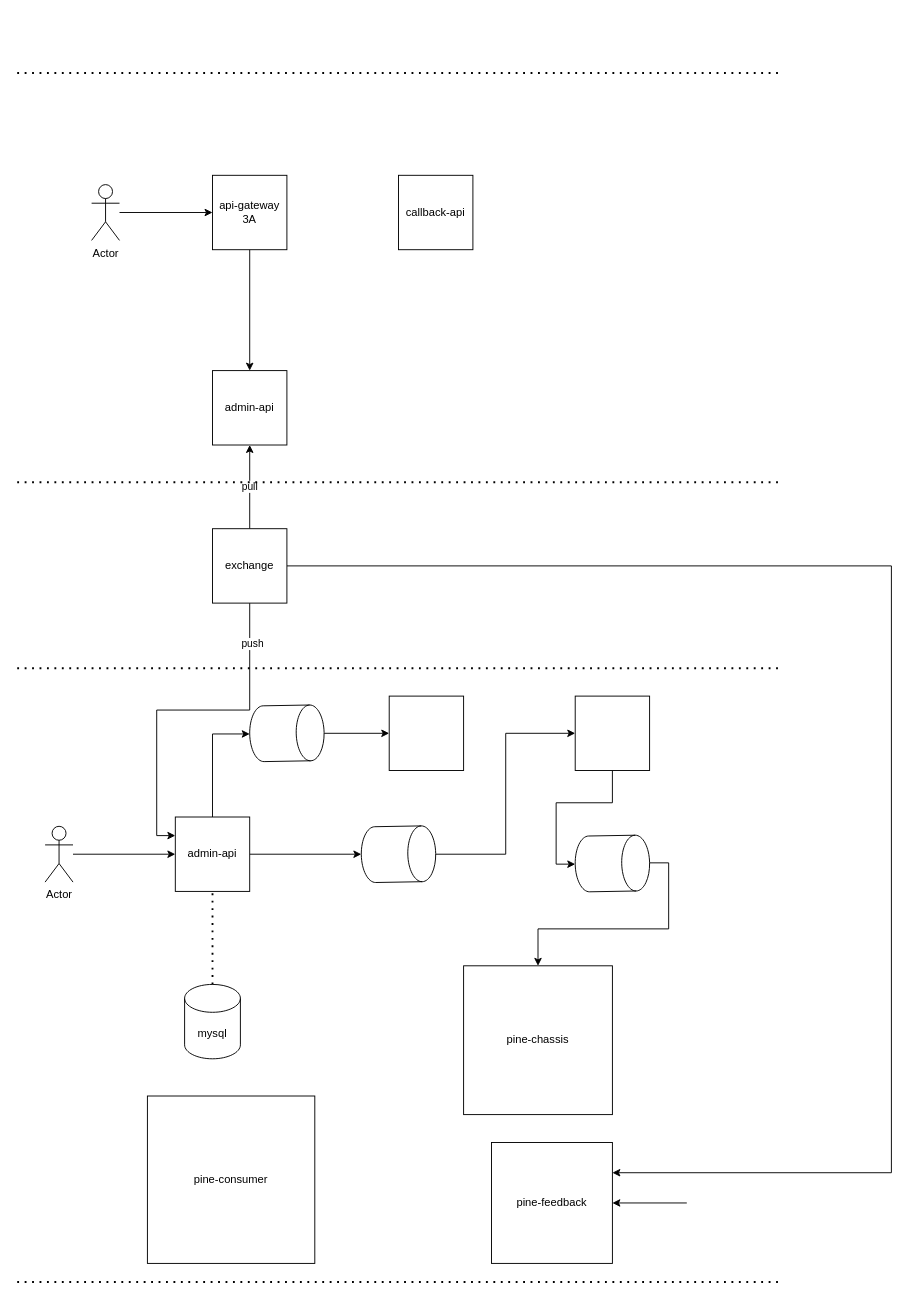
Earlier version of the draw.io diagram 业务数据流图.drawio (hack0303/draw.io-store). Source tidied: cells renumbered, new cells numbered last; positions are measured from the earlier drawing's top-left corner, leaving out a move shared by most shapes. Both pictures are drawn from the tidied source at 93%, with x=0, y=0 at pixel (17, 73).
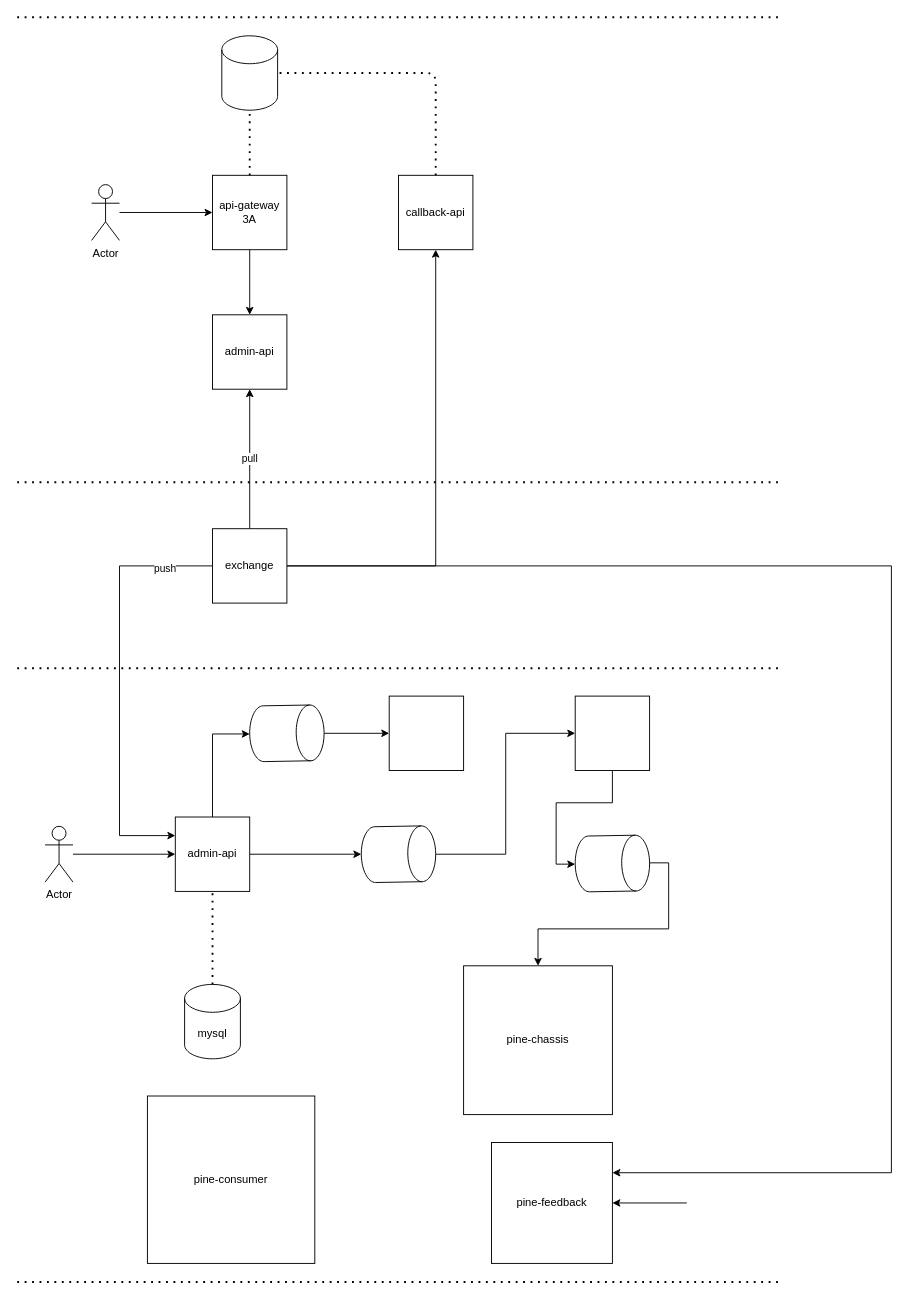
The same page after the edit.

Commit message (it also covers changes not shown here):
Update 业务数据流图.drawio

The change refers to these unchanged cells:
```xml
<mxCell id="6" value="admin-api" style="whiteSpace=wrap;html=1;" parent="1" vertex="1">
  <mxGeometry x="170" y="800" width="80" height="80" as="geometry" />
</mxCell>
<mxCell id="14" value="callback-api" style="whiteSpace=wrap;html=1;" parent="1" vertex="1">
  <mxGeometry x="410" y="110" width="80" height="80" as="geometry" />
</mxCell>
<mxCell id="16" value="api-gateway 3A" style="whiteSpace=wrap;html=1;" parent="1" vertex="1">
  <mxGeometry x="210" y="110" width="80" height="80" as="geometry" />
</mxCell>
<mxCell id="21" value="exchange" style="whiteSpace=wrap;html=1;" parent="1" vertex="1">
  <mxGeometry x="210" y="490" width="80" height="80" as="geometry" />
</mxCell>
```

The edit, as a diff of the source:
```diff
@@
     <mxCell id="13" value="admin-api" style="whiteSpace=wrap;html=1;" parent="1" vertex="1">
-      <mxGeometry x="210" y="320" width="80" height="80" as="geometry" />
+      <mxGeometry x="210" y="260" width="80" height="80" as="geometry" />
     </mxCell>
@@
-    <mxCell id="18" style="edgeStyle=orthogonalEdgeStyle;rounded=0;jettySize=auto;html=1;entryX=0;entryY=0.25;entryDx=0;entryDy=0;" parent="1" edge="1" source="21" target="6">
-      <mxGeometry relative="1" as="geometry" />
+    <mxCell id="18" style="edgeStyle=orthogonalEdgeStyle;rounded=0;jettySize=auto;html=1;entryX=0;entryY=0.25;entryDx=0;entryDy=0;exitX=0;exitY=0.5;exitDx=0;exitDy=0;" parent="1" edge="1" source="21" target="6">
+      <mxGeometry relative="1" as="geometry">
+        <Array as="points">
+          <mxPoint x="110" y="530" />
+          <mxPoint x="110" y="820" />
+        </Array>
+      </mxGeometry>
     </mxCell>
@@
+    <mxCell id="37" style="edgeStyle=orthogonalEdgeStyle;rounded=0;jettySize=auto;html=1;entryX=0.5;entryY=1;entryDx=0;entryDy=0;" parent="1" edge="1" source="21" target="14">
+      <mxGeometry relative="1" as="geometry" />
+    </mxCell>
@@
     <mxCell id="24" style="endArrow=none;dashed=1;html=1;dashPattern=1 3;strokeWidth=2;" parent="1" edge="1">
       <mxGeometry relative="1" as="geometry">
-        <mxPoint as="sourcePoint" />
-        <mxPoint x="820" as="targetPoint" />
+        <mxPoint y="-60" as="sourcePoint" />
+        <mxPoint x="820" y="-60" as="targetPoint" />
       </mxGeometry>
     </mxCell>
@@
+    <mxCell id="38" style="shape=cylinder3;whiteSpace=wrap;html=1;boundedLbl=1;backgroundOutline=1;size=15;" parent="1" vertex="1">
+      <mxGeometry x="220" y="-40" width="60" height="80" as="geometry" />
+    </mxCell>
+    <mxCell id="39" style="endArrow=none;dashed=1;html=1;dashPattern=1 3;strokeWidth=2;entryX=0.5;entryY=1;entryDx=0;entryDy=0;entryPerimeter=0;exitX=0.5;exitY=0;exitDx=0;exitDy=0;" parent="1" edge="1" source="16" target="38">
+      <mxGeometry relative="1" as="geometry" />
+    </mxCell>
+    <mxCell id="40" style="endArrow=none;dashed=1;html=1;dashPattern=1 3;strokeWidth=2;entryX=1;entryY=0.5;entryDx=0;entryDy=0;entryPerimeter=0;exitX=0.5;exitY=0;exitDx=0;exitDy=0;edgeStyle=orthogonalEdgeStyle;" parent="1" edge="1" source="14" target="38">
+      <mxGeometry relative="1" as="geometry" />
+    </mxCell>
```
